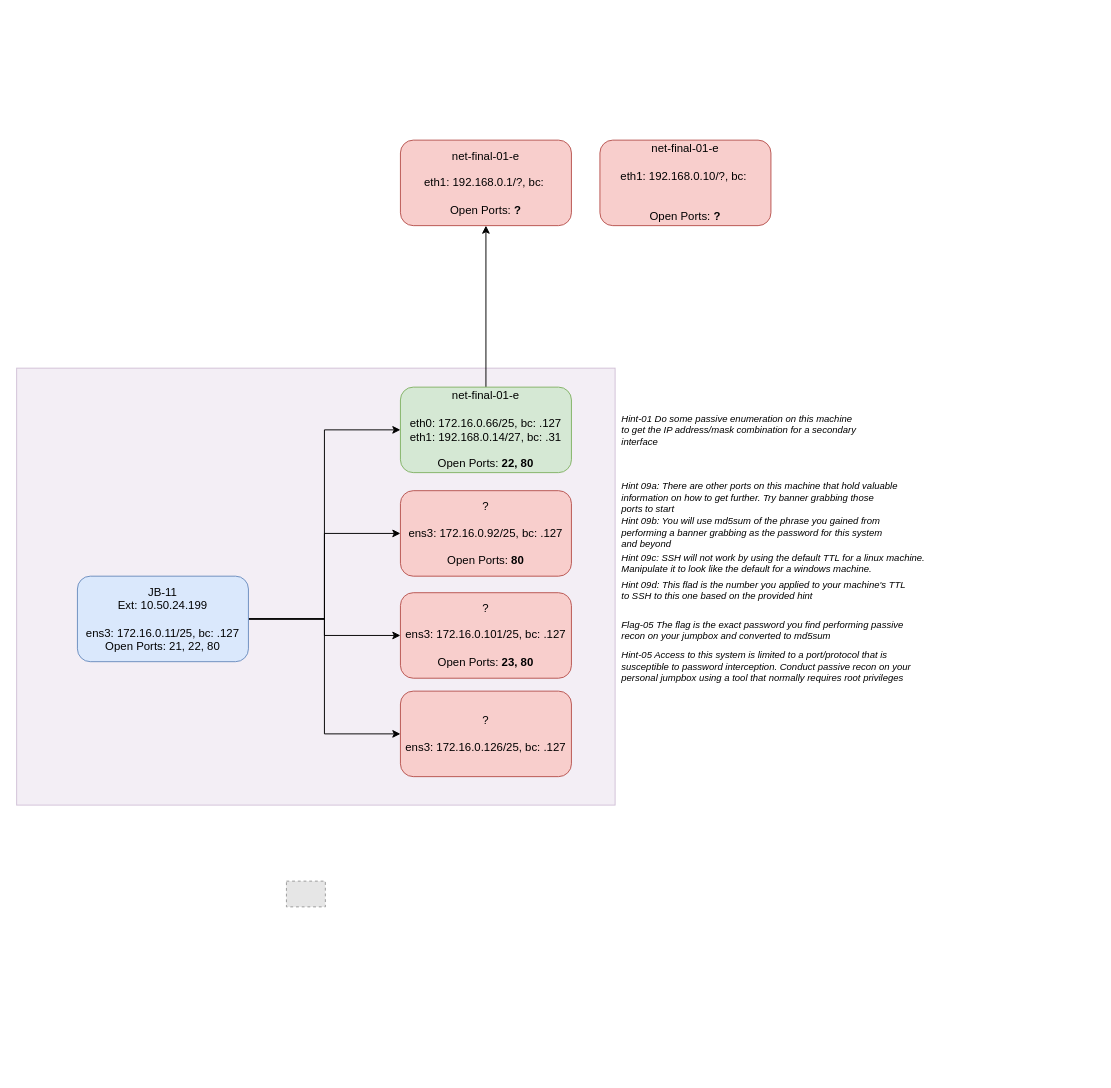
Before: ctf/exam.drawio in abfarr/cctc, a draw.io diagram. Source tidied: cells renumbered, new cells numbered last; positions are measured from the earlier drawing's top-left corner, leaving out a move shared by most shapes. Both pictures are drawn from the tidied source at 95%, with x=0, y=0 at pixel (16, 140). Pictures stored in the file or linked from it are replaced by grey dashed boxes.
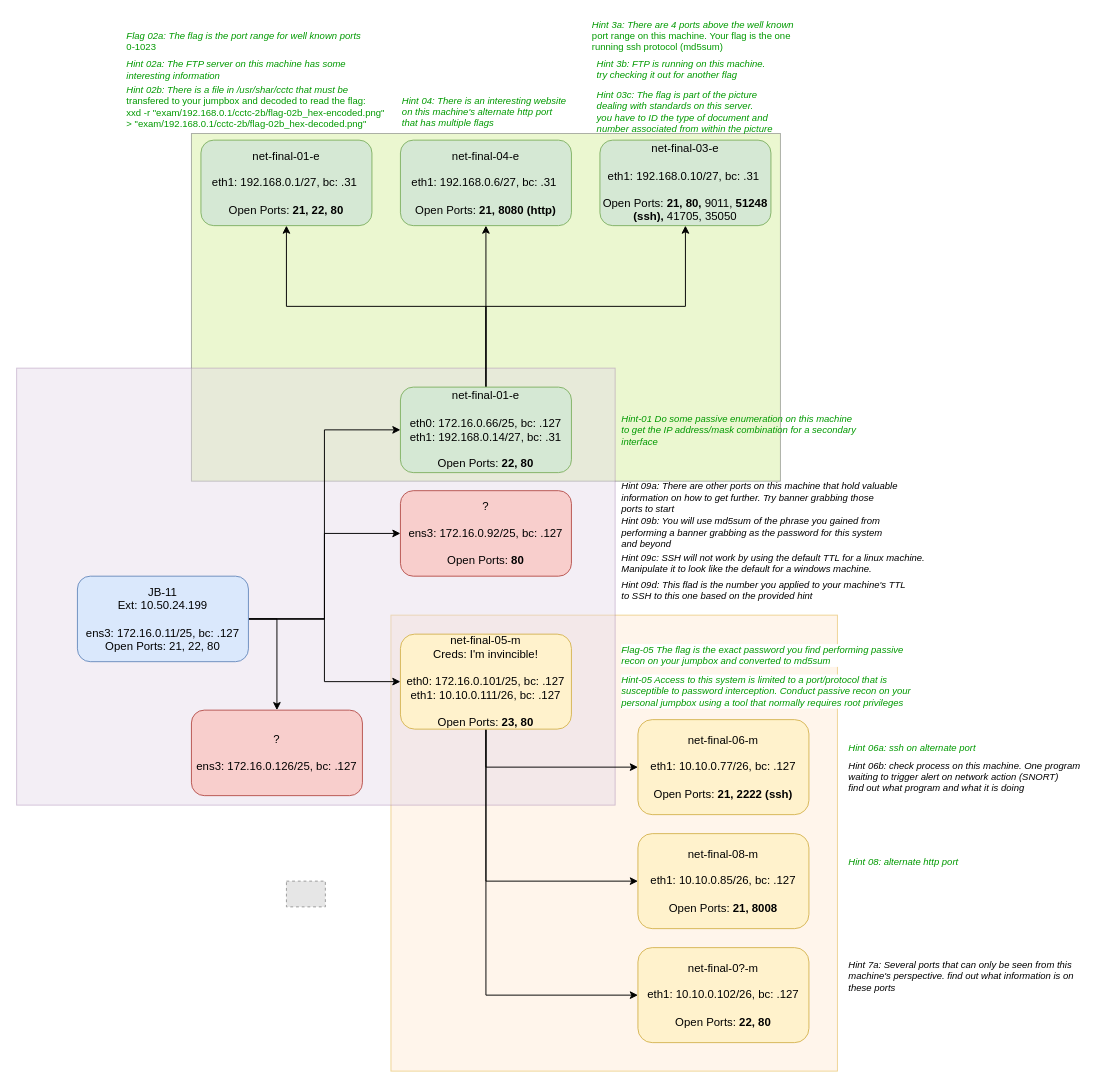
After the change.

The change refers to these unchanged cells:
```xml
<mxCell id="7" value="JB-11&lt;br&gt;Ext: 10.50.24.199&lt;br&gt;&lt;br&gt;ens3: 172.16.0.11/25, bc: .127&lt;br&gt;Open Ports: 21, 22, 80" style="rounded=1;whiteSpace=wrap;html=1;fillColor=#dae8fc;strokeColor=#6c8ebf;" parent="1" vertex="1">
  <mxGeometry x="64" y="459" width="180" height="90" as="geometry" />
</mxCell>
<mxCell id="12" value="net-final-01-e&lt;br&gt;&lt;br&gt;eth0: 172.16.0.66/25, bc: .127&lt;br&gt;eth1: 192.168.0.14/27, bc: .31&lt;br&gt;&lt;br&gt;Open Ports: &lt;b&gt;22, 80&lt;/b&gt;" style="rounded=1;whiteSpace=wrap;html=1;fillColor=#d5e8d4;strokeColor=#82b366;" parent="1" vertex="1">
  <mxGeometry x="404" y="260" width="180" height="90" as="geometry" />
</mxCell>
```

The edit, as a diff of the source:
```diff
@@
+    <mxCell id="23" style="rounded=0;whiteSpace=wrap;html=1;fillColor=#ffe6cc;strokeColor=#d79b00;opacity=40;" parent="1" vertex="1">
+      <mxGeometry x="394" y="500" width="470" height="480" as="geometry" />
+    </mxCell>
+    <mxCell id="24" style="rounded=0;whiteSpace=wrap;html=1;fillColor=#cdeb8b;strokeColor=#36393d;opacity=40;" parent="1" vertex="1">
+      <mxGeometry x="184" y="-7" width="620" height="366" as="geometry" />
+    </mxCell>
@@
-    <mxCell id="6" style="edgeStyle=orthogonalEdgeStyle;rounded=0;jettySize=auto;html=1;exitX=1;exitY=0.5;exitDx=0;exitDy=0;entryX=0;entryY=0.5;entryDx=0;entryDy=0;fontSize=10;" parent="1" edge="1" source="7" target="10">
+    <mxCell id="6" style="edgeStyle=orthogonalEdgeStyle;rounded=0;jettySize=auto;html=1;exitX=1;exitY=0.5;exitDx=0;exitDy=0;fontSize=10;" parent="1" edge="1" source="7" target="10">
       <mxGeometry relative="1" as="geometry" />
     </mxCell>
@@
+    <mxCell id="25" style="edgeStyle=orthogonalEdgeStyle;rounded=0;jettySize=auto;html=1;exitX=0.5;exitY=1;exitDx=0;exitDy=0;fontSize=12;fontColor=#009900;" parent="1" edge="1" source="8" target="38">
+      <mxGeometry relative="1" as="geometry" />
+    </mxCell>
+    <mxCell id="26" style="edgeStyle=orthogonalEdgeStyle;rounded=0;jettySize=auto;html=1;exitX=0.5;exitY=1;exitDx=0;exitDy=0;entryX=0;entryY=0.5;entryDx=0;entryDy=0;fontSize=12;fontColor=#009900;" parent="1" edge="1" source="8" target="39">
+      <mxGeometry relative="1" as="geometry" />
+    </mxCell>
+    <mxCell id="27" style="edgeStyle=orthogonalEdgeStyle;rounded=0;jettySize=auto;html=1;exitX=0.5;exitY=1;exitDx=0;exitDy=0;entryX=0;entryY=0.5;entryDx=0;entryDy=0;fontSize=12;fontColor=#009900;" parent="1" edge="1" source="8" target="40">
+      <mxGeometry relative="1" as="geometry" />
+    </mxCell>
-    <mxCell id="8" value="?&lt;br&gt;&lt;br&gt;ens3: 172.16.0.101/25, bc: .127&lt;br&gt;&lt;br&gt;Open Ports: &lt;b&gt;23, 80&lt;/b&gt;" style="rounded=1;whiteSpace=wrap;html=1;fillColor=#f8cecc;strokeColor=#b85450;" parent="1" vertex="1">
-      <mxGeometry x="404" y="476.4" width="180" height="90" as="geometry" />
+    <mxCell id="8" value="net-final-05-m&lt;br&gt;Creds:&amp;nbsp;I'm invincible!&lt;br&gt;&lt;br&gt;eth0: 172.16.0.101/25, bc: .127&lt;br&gt;eth1:&amp;nbsp;10.10.0.111/26, bc: .127&lt;br&gt;&lt;br&gt;Open Ports: &lt;b&gt;23, 80&lt;/b&gt;" style="rounded=1;whiteSpace=wrap;html=1;fillColor=#fff2cc;strokeColor=#d6b656;" parent="1" vertex="1">
+      <mxGeometry x="404" y="520" width="180" height="100" as="geometry" />
     </mxCell>
@@
     <mxCell id="10" value="?&lt;br&gt;&lt;br&gt;ens3: 172.16.0.126/25, bc: .127" style="rounded=1;whiteSpace=wrap;html=1;fillColor=#f8cecc;strokeColor=#b85450;" parent="1" vertex="1">
-      <mxGeometry x="404" y="580" width="180" height="90" as="geometry" />
+      <mxGeometry x="184" y="600" width="180" height="90" as="geometry" />
     </mxCell>
@@
+    <mxCell id="28" style="edgeStyle=orthogonalEdgeStyle;rounded=0;jettySize=auto;html=1;exitX=0.5;exitY=0;exitDx=0;exitDy=0;entryX=0.5;entryY=1;entryDx=0;entryDy=0;fontSize=10;" parent="1" edge="1" source="12" target="30">
+      <mxGeometry relative="1" as="geometry" />
+    </mxCell>
+    <mxCell id="29" style="edgeStyle=orthogonalEdgeStyle;rounded=0;jettySize=auto;html=1;exitX=0.5;exitY=0;exitDx=0;exitDy=0;fontSize=10;" parent="1" edge="1" source="12" target="22">
+      <mxGeometry relative="1" as="geometry" />
+    </mxCell>
@@
-    <mxCell id="14" value="&lt;i style=&quot;font-size: 10px;&quot;&gt;Hint-01 Do some passive enumeration on this machine&lt;br style=&quot;font-size: 10px;&quot;&gt;to get the IP address/mask combination for a secondary&lt;br style=&quot;font-size: 10px;&quot;&gt;&lt;/i&gt;&lt;div style=&quot;font-size: 10px;&quot;&gt;&lt;span style=&quot;font-size: 10px;&quot;&gt;&lt;i style=&quot;font-size: 10px;&quot;&gt;interface&lt;/i&gt;&lt;/span&gt;&lt;/div&gt;" style="text;html=1;align=left;verticalAlign=middle;strokeColor=none;fillColor=none;fontSize=10;" parent="1" vertex="1">
+    <mxCell id="14" value="&lt;i style=&quot;font-size: 10px;&quot;&gt;Hint-01 Do some passive enumeration on this machine&lt;br style=&quot;font-size: 10px;&quot;&gt;to get the IP address/mask combination for a secondary&lt;br style=&quot;font-size: 10px;&quot;&gt;&lt;/i&gt;&lt;div style=&quot;font-size: 10px;&quot;&gt;&lt;span style=&quot;font-size: 10px;&quot;&gt;&lt;i style=&quot;font-size: 10px;&quot;&gt;interface&lt;/i&gt;&lt;/span&gt;&lt;/div&gt;" style="text;html=1;align=left;verticalAlign=middle;strokeColor=none;fillColor=none;fontSize=10;fontColor=#009900;" parent="1" vertex="1">
       <mxGeometry x="635" y="285" width="260" height="40" as="geometry" />
     </mxCell>
@@
-    <mxCell id="19" value="&lt;i style=&quot;font-size: 10px&quot;&gt;Flag-05 The flag is the exact password you find performing passive&lt;br&gt;recon on your jumpbox and converted to md5sum&lt;br&gt;&lt;/i&gt;" style="text;html=1;align=left;verticalAlign=middle;strokeColor=none;fillColor=none;fontSize=10;" parent="1" vertex="1">
-      <mxGeometry x="635" y="501.4" width="310" height="30" as="geometry" />
+    <mxCell id="19" value="&lt;i style=&quot;font-size: 10px&quot;&gt;Flag-05 The flag is the exact password you find performing passive&lt;br&gt;recon on your jumpbox and converted to md5sum&lt;br&gt;&lt;/i&gt;" style="text;html=1;align=left;verticalAlign=middle;strokeColor=none;fillColor=none;fontSize=10;labelBackgroundColor=#FFFFFF;fontColor=#009900;" parent="1" vertex="1">
+      <mxGeometry x="635" y="527.4" width="310" height="30" as="geometry" />
     </mxCell>
-    <mxCell id="20" value="&lt;i style=&quot;font-size: 10px&quot;&gt;Hint-05 Access to this system is limited to a port/protocol that is&amp;nbsp;&lt;br&gt;susceptible to password interception. Conduct passive recon on your&lt;br&gt;personal jumpbox using a tool that normally requires root privileges&lt;br&gt;&lt;/i&gt;" style="text;html=1;align=left;verticalAlign=middle;strokeColor=none;fillColor=none;fontSize=10;" parent="1" vertex="1">
-      <mxGeometry x="635" y="534" width="320" height="40" as="geometry" />
+    <mxCell id="20" value="&lt;i style=&quot;font-size: 10px&quot;&gt;Hint-05 Access to this system is limited to a port/protocol that is&amp;nbsp;&lt;br&gt;susceptible to password interception. Conduct passive recon on your&lt;br&gt;personal jumpbox using a tool that normally requires root privileges&lt;br&gt;&lt;/i&gt;" style="text;html=1;align=left;verticalAlign=middle;strokeColor=none;fillColor=none;fontSize=10;labelBackgroundColor=#FFFFFF;fontColor=#009900;" parent="1" vertex="1">
+      <mxGeometry x="635" y="560" width="320" height="40" as="geometry" />
     </mxCell>
-    <mxCell id="21" value="net-final-01-e&lt;br&gt;&lt;br&gt;eth1: 192.168.0.1/?, bc:&amp;nbsp;&lt;br&gt;&lt;br&gt;Open Ports: &lt;b&gt;?&lt;/b&gt;" style="rounded=1;whiteSpace=wrap;html=1;fillColor=#f8cecc;strokeColor=#b85450;" parent="1" vertex="1">
-      <mxGeometry x="404" width="180" height="90" as="geometry" />
+    <mxCell id="21" value="net-final-01-e&lt;br&gt;&lt;br&gt;eth1: 192.168.0.1/27, bc: .31&amp;nbsp;&lt;br&gt;&lt;br&gt;Open Ports: &lt;b&gt;21, 22, 80&lt;/b&gt;" style="rounded=1;whiteSpace=wrap;html=1;fillColor=#d5e8d4;strokeColor=#82b366;" parent="1" vertex="1">
+      <mxGeometry x="194" width="180" height="90" as="geometry" />
     </mxCell>
-    <mxCell id="22" value="net-final-01-e&lt;br&gt;&lt;br&gt;eth1: 192.168.0.10/?, bc:&amp;nbsp;&lt;br&gt;&lt;br&gt;&lt;br&gt;Open Ports: &lt;b&gt;?&lt;/b&gt;" style="rounded=1;whiteSpace=wrap;html=1;fillColor=#f8cecc;strokeColor=#b85450;" parent="1" vertex="1">
+    <mxCell id="22" value="net-final-03-e&lt;br&gt;&lt;br&gt;eth1: 192.168.0.10/27, bc: .31&amp;nbsp;&lt;br&gt;&lt;br&gt;Open Ports: &lt;b&gt;21, 80, &lt;/b&gt;9011,&lt;b&gt; 51248 (ssh), &lt;/b&gt;41705, 35050" style="rounded=1;whiteSpace=wrap;html=1;fillColor=#d5e8d4;strokeColor=#82b366;" parent="1" vertex="1">
       <mxGeometry x="614" width="180" height="90" as="geometry" />
     </mxCell>
+    <mxCell id="30" value="net-final-04-e&lt;br&gt;&lt;br&gt;eth1: 192.168.0.6/27, bc: .31&amp;nbsp;&lt;br&gt;&lt;br&gt;Open Ports: &lt;b&gt;21, 8080 (http)&lt;/b&gt;" style="rounded=1;whiteSpace=wrap;html=1;fillColor=#d5e8d4;strokeColor=#82b366;" parent="1" vertex="1">
+      <mxGeometry x="404" width="180" height="90" as="geometry" />
+    </mxCell>
+    <mxCell id="31" value="&lt;i&gt;Flag 02a: The flag is the port range for well known ports&lt;br&gt;&lt;/i&gt;&lt;font&gt;0-1023&lt;/font&gt;" style="text;html=1;align=left;verticalAlign=middle;strokeColor=none;fillColor=none;fontSize=10;fontColor=#009900;" parent="1" vertex="1">
+      <mxGeometry x="114" y="-119" width="260" height="30" as="geometry" />
+    </mxCell>
+    <mxCell id="32" value="&lt;i&gt;Hint 02a: The FTP server on this machine has some&amp;nbsp;&lt;br&gt;interesting information&lt;/i&gt;" style="text;html=1;align=left;verticalAlign=middle;strokeColor=none;fillColor=none;fontSize=10;fontColor=#009900;" parent="1" vertex="1">
+      <mxGeometry x="114" y="-89" width="250" height="30" as="geometry" />
+    </mxCell>
+    <mxCell id="33" value="&lt;i&gt;Hint 02b: There is a file in /usr/shar/cctc that must be&amp;nbsp;&lt;br&gt;&lt;/i&gt;transfered to your jumpbox and decoded to read the flag:&lt;br&gt;xxd -r &quot;exam/192.168.0.1/cctc-2b/flag-02b_hex-encoded.png&quot; &lt;br&gt;&amp;gt; &quot;exam/192.168.0.1/cctc-2b/flag-02b_hex-decoded.png&quot;" style="text;html=1;align=left;verticalAlign=middle;strokeColor=none;fillColor=none;fontSize=10;fontColor=#009900;" parent="1" vertex="1">
+      <mxGeometry x="114" y="-60" width="290" height="50" as="geometry" />
+    </mxCell>
+    <mxCell id="34" value="&lt;i&gt;Hint 04: There is an interesting website&amp;nbsp;&lt;br&gt;on this machine's alternate http port&lt;br&gt;that has multiple flags&lt;/i&gt;" style="text;html=1;align=left;verticalAlign=middle;strokeColor=none;fillColor=none;fontSize=10;fontColor=#009900;" parent="1" vertex="1">
+      <mxGeometry x="404" y="-50" width="190" height="40" as="geometry" />
+    </mxCell>
+    <mxCell id="35" value="&lt;i&gt;Hint 3a: There are 4 ports above the well known&lt;br&gt;&lt;/i&gt;port range on this machine. Your flag is the one&lt;br&gt;running ssh protocol (md5sum)" style="text;html=1;align=left;verticalAlign=middle;strokeColor=none;fillColor=none;fontSize=10;fontColor=#009900;" parent="1" vertex="1">
+      <mxGeometry x="604" y="-130" width="230" height="40" as="geometry" />
+    </mxCell>
+    <mxCell id="36" value="&lt;i&gt;Hint 3b: FTP is running on this machine.&lt;br&gt;try checking it out for another flag&lt;br&gt;&lt;/i&gt;" style="text;html=1;align=left;verticalAlign=middle;strokeColor=none;fillColor=none;fontSize=10;fontColor=#009900;" parent="1" vertex="1">
+      <mxGeometry x="609" y="-90" width="190" height="30" as="geometry" />
+    </mxCell>
+    <mxCell id="37" value="&lt;i&gt;Hint 03c: The flag is part of the picture&lt;br&gt;dealing with standards on this server.&lt;br&gt;you have to ID the type of document and&amp;nbsp;&lt;br&gt;number associated from within the picture&lt;br&gt;&lt;/i&gt;" style="text;html=1;align=left;verticalAlign=middle;strokeColor=none;fillColor=none;fontSize=10;fontColor=#009900;" parent="1" vertex="1">
+      <mxGeometry x="609" y="-55" width="200" height="50" as="geometry" />
+    </mxCell>
+    <mxCell id="38" value="net-final-06-m&lt;br&gt;&lt;br&gt;eth1:&amp;nbsp;10.10.0.77/26, bc: .127&lt;br&gt;&lt;br&gt;Open Ports: &lt;b&gt;21, 2222 (ssh)&lt;/b&gt;" style="rounded=1;whiteSpace=wrap;html=1;fillColor=#fff2cc;strokeColor=#d6b656;" parent="1" vertex="1">
+      <mxGeometry x="654" y="610" width="180" height="100" as="geometry" />
+    </mxCell>
+    <mxCell id="39" value="net-final-0?-m&lt;br&gt;&lt;br&gt;eth1:&amp;nbsp;10.10.0.102/26, bc: .127&lt;br&gt;&lt;br&gt;Open Ports: &lt;b&gt;22, 80&lt;/b&gt;" style="rounded=1;whiteSpace=wrap;html=1;fillColor=#fff2cc;strokeColor=#d6b656;" parent="1" vertex="1">
+      <mxGeometry x="654" y="850" width="180" height="100" as="geometry" />
+    </mxCell>
+    <mxCell id="40" value="net-final-08-m&lt;br&gt;&lt;br&gt;eth1:&amp;nbsp;10.10.0.85/26, bc: .127&lt;br&gt;&lt;br&gt;Open Ports: &lt;b&gt;21, 8008&lt;/b&gt;" style="rounded=1;whiteSpace=wrap;html=1;fillColor=#fff2cc;strokeColor=#d6b656;" parent="1" vertex="1">
+      <mxGeometry x="654" y="730" width="180" height="100" as="geometry" />
+    </mxCell>
+    <mxCell id="41" value="&lt;i style=&quot;font-size: 10px&quot;&gt;Hint 06a: ssh on alternate port&amp;nbsp;&lt;br style=&quot;font-size: 10px&quot;&gt;&lt;/i&gt;" style="text;html=1;align=left;verticalAlign=middle;strokeColor=none;fillColor=none;fontSize=10;fontColor=#009900;" parent="1" vertex="1">
+      <mxGeometry x="874" y="630" width="150" height="20" as="geometry" />
+    </mxCell>
+    <mxCell id="42" value="&lt;i style=&quot;font-size: 10px&quot;&gt;Hint 06b: check process on this machine. One program&lt;br&gt;waiting to trigger alert on network action (SNORT)&lt;br&gt;find out what program and what it is doing&amp;nbsp;&lt;br style=&quot;font-size: 10px&quot;&gt;&lt;/i&gt;" style="text;html=1;align=left;verticalAlign=middle;strokeColor=none;fillColor=none;fontSize=10;" parent="1" vertex="1">
+      <mxGeometry x="874" y="650" width="260" height="40" as="geometry" />
+    </mxCell>
+    <mxCell id="43" value="&lt;i style=&quot;font-size: 10px&quot;&gt;Hint 08: alternate http port&amp;nbsp;&lt;br style=&quot;font-size: 10px&quot;&gt;&lt;/i&gt;" style="text;html=1;align=left;verticalAlign=middle;strokeColor=none;fillColor=none;fontSize=10;fontColor=#009900;" parent="1" vertex="1">
+      <mxGeometry x="874" y="750" width="130" height="20" as="geometry" />
+    </mxCell>
+    <mxCell id="44" value="&lt;i style=&quot;font-size: 10px&quot;&gt;Hint 7a: Several ports that can only be seen from this&lt;br&gt;machine's perspective. find out what information is on&amp;nbsp;&lt;br&gt;these ports&lt;br style=&quot;font-size: 10px&quot;&gt;&lt;/i&gt;" style="text;html=1;align=left;verticalAlign=middle;strokeColor=none;fillColor=none;fontSize=10;" parent="1" vertex="1">
+      <mxGeometry x="874" y="860" width="260" height="40" as="geometry" />
+    </mxCell>
```
